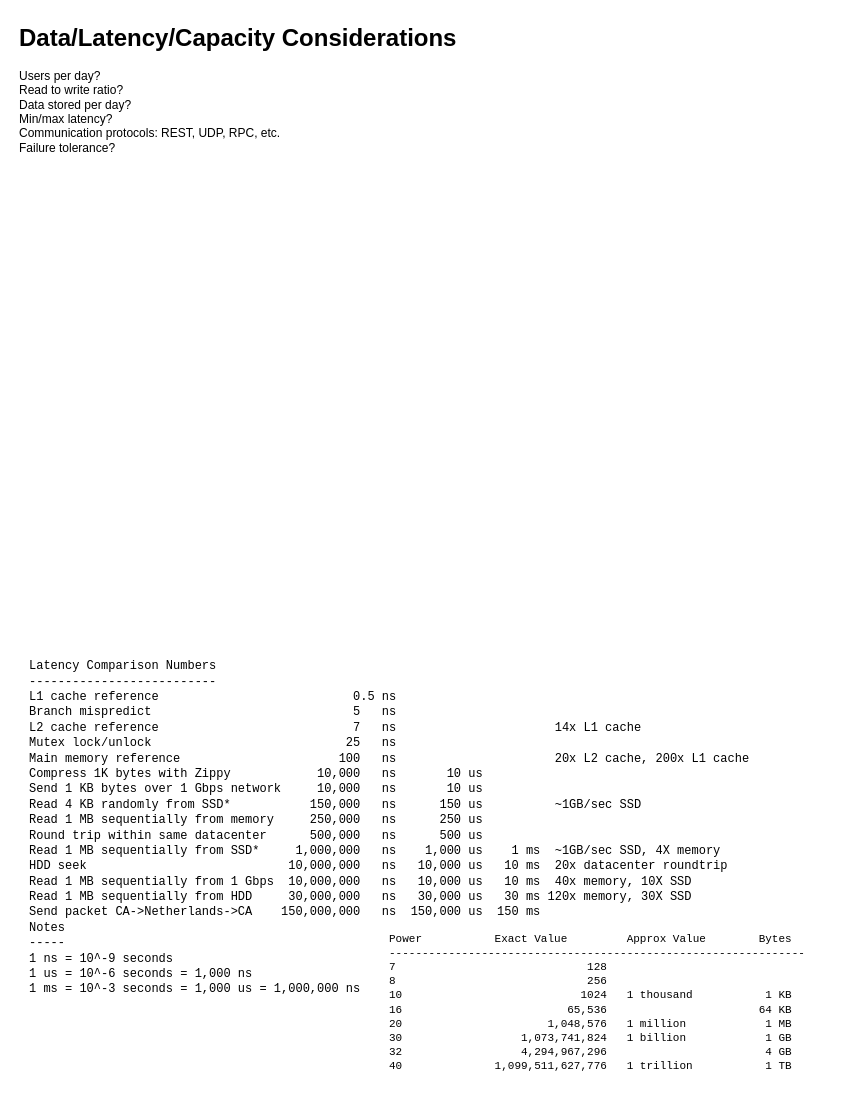
This is page "Estimates" (4 of 7) of System Design Template.drawio from AdamGMiller/system-design, a draw.io file, before an edit. Source tidied: cells renumbered, new cells numbered last; positions are measured from the earlier drawing's top-left corner, leaving out a move shared by most shapes. Both pictures are drawn from the tidied source at 100%, with x=0, y=0 at pixel (17, 17).
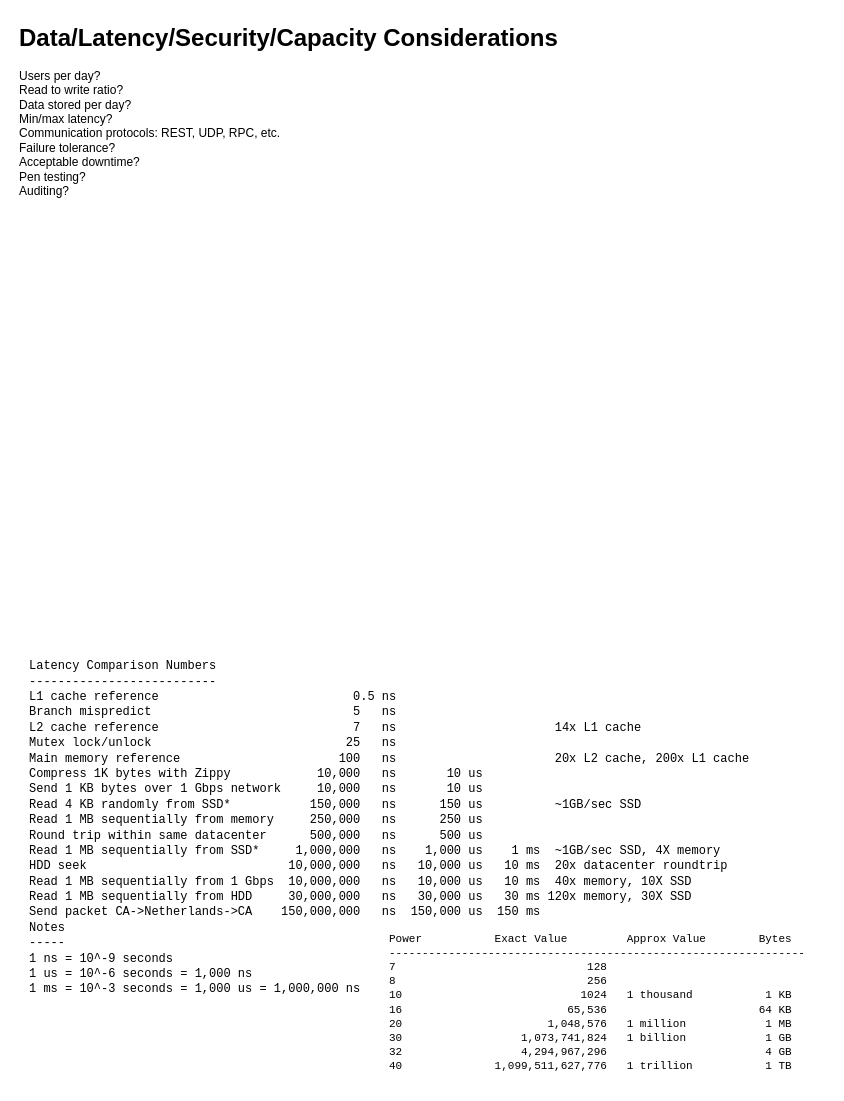
Above is the later version.

Change to the diagram source:
```diff
@@
 <mxGraphModel>
   <root>
     <mxCell id="0" />
     <mxCell id="1" parent="0" />
     <mxCell id="2" value="&lt;p style=&quot;font-size: 11px;&quot;&gt;&lt;font face=&quot;Courier New&quot;&gt;&lt;font style=&quot;font-size: 11px;&quot;&gt;Power&amp;nbsp; &amp;nbsp; &amp;nbsp; &amp;nbsp; &amp;nbsp; &amp;nbsp;Exact Value&amp;nbsp; &amp;nbsp; &amp;nbsp; &amp;nbsp; &amp;nbsp;Approx Value&amp;nbsp; &amp;nbsp; &amp;nbsp; &amp;nbsp; Bytes&lt;br&gt;&lt;/font&gt;&lt;font style=&quot;font-size: 11px;&quot;&gt;---------------------------------------------------------------&lt;br&gt;&lt;/font&gt;&lt;font style=&quot;font-size: 11px;&quot;&gt;7&amp;nbsp; &amp;nbsp; &amp;nbsp; &amp;nbsp; &amp;nbsp; &amp;nbsp; &amp;nbsp; &amp;nbsp; &amp;nbsp; &amp;nbsp; &amp;nbsp; &amp;nbsp; &amp;nbsp; &amp;nbsp; &amp;nbsp;128&lt;br&gt;&lt;/font&gt;&lt;font style=&quot;font-size: 11px;&quot;&gt;8&amp;nbsp; &amp;nbsp; &amp;nbsp; &amp;nbsp; &amp;nbsp; &amp;nbsp; &amp;nbsp; &amp;nbsp; &amp;nbsp; &amp;nbsp; &amp;nbsp; &amp;nbsp; &amp;nbsp; &amp;nbsp; &amp;nbsp;256&lt;br&gt;&lt;/font&gt;&lt;font style=&quot;font-size: 11px;&quot;&gt;10&amp;nbsp; &amp;nbsp; &amp;nbsp; &amp;nbsp; &amp;nbsp; &amp;nbsp; &amp;nbsp; &amp;nbsp; &amp;nbsp; &amp;nbsp; &amp;nbsp; &amp;nbsp; &amp;nbsp; &amp;nbsp;1024&amp;nbsp; &amp;nbsp;1 thousand&amp;nbsp; &amp;nbsp; &amp;nbsp; &amp;nbsp; &amp;nbsp; &amp;nbsp;1 KB&lt;br&gt;&lt;/font&gt;&lt;font style=&quot;font-size: 11px;&quot;&gt;16&amp;nbsp; &amp;nbsp; &amp;nbsp; &amp;nbsp; &amp;nbsp; &amp;nbsp; &amp;nbsp; &amp;nbsp; &amp;nbsp; &amp;nbsp; &amp;nbsp; &amp;nbsp; &amp;nbsp;65,536&amp;nbsp; &amp;nbsp; &amp;nbsp; &amp;nbsp; &amp;nbsp; &amp;nbsp; &amp;nbsp; &amp;nbsp; &amp;nbsp; &amp;nbsp; &amp;nbsp; &amp;nbsp;64 KB&lt;br&gt;&lt;/font&gt;&lt;font style=&quot;font-size: 11px;&quot;&gt;20&amp;nbsp; &amp;nbsp; &amp;nbsp; &amp;nbsp; &amp;nbsp; &amp;nbsp; &amp;nbsp; &amp;nbsp; &amp;nbsp; &amp;nbsp; &amp;nbsp; 1,048,576&amp;nbsp; &amp;nbsp;1 million&amp;nbsp; &amp;nbsp; &amp;nbsp; &amp;nbsp; &amp;nbsp; &amp;nbsp; 1 MB&lt;br&gt;&lt;/font&gt;&lt;font style=&quot;font-size: 11px;&quot;&gt;30&amp;nbsp; &amp;nbsp; &amp;nbsp; &amp;nbsp; &amp;nbsp; &amp;nbsp; &amp;nbsp; &amp;nbsp; &amp;nbsp; 1,073,741,824&amp;nbsp; &amp;nbsp;1 billion&amp;nbsp; &amp;nbsp; &amp;nbsp; &amp;nbsp; &amp;nbsp; &amp;nbsp; 1 GB&lt;br&gt;&lt;/font&gt;&lt;font style=&quot;font-size: 11px;&quot;&gt;32&amp;nbsp; &amp;nbsp; &amp;nbsp; &amp;nbsp; &amp;nbsp; &amp;nbsp; &amp;nbsp; &amp;nbsp; &amp;nbsp; 4,294,967,296&amp;nbsp; &amp;nbsp; &amp;nbsp; &amp;nbsp; &amp;nbsp; &amp;nbsp; &amp;nbsp; &amp;nbsp; &amp;nbsp; &amp;nbsp; &amp;nbsp; &amp;nbsp; 4 GB&lt;br&gt;&lt;/font&gt;&lt;font style=&quot;font-size: 11px;&quot;&gt;40&amp;nbsp; &amp;nbsp; &amp;nbsp; &amp;nbsp; &amp;nbsp; &amp;nbsp; &amp;nbsp; 1,099,511,627,776&amp;nbsp; &amp;nbsp;1 trillion&amp;nbsp; &amp;nbsp; &amp;nbsp; &amp;nbsp; &amp;nbsp; &amp;nbsp;1 TB&lt;/font&gt;&lt;/font&gt;&lt;/p&gt;" style="text;html=1;align=left;verticalAlign=middle;whiteSpace=wrap;rounded=0;" parent="1" vertex="1">
       <mxGeometry x="370" y="910" width="440" height="150" as="geometry" />
     </mxCell>
     <mxCell id="3" value="&lt;p&gt;&lt;font face=&quot;Courier New&quot;&gt;Latency Comparison Numbers&lt;br&gt;--------------------------&lt;br&gt;L1 cache reference&amp;nbsp; &amp;nbsp; &amp;nbsp; &amp;nbsp; &amp;nbsp; &amp;nbsp; &amp;nbsp; &amp;nbsp; &amp;nbsp; &amp;nbsp; &amp;nbsp; &amp;nbsp; &amp;nbsp; &amp;nbsp;0.5 ns&lt;br&gt;Branch mispredict&amp;nbsp; &amp;nbsp; &amp;nbsp; &amp;nbsp; &amp;nbsp; &amp;nbsp; &amp;nbsp; &amp;nbsp; &amp;nbsp; &amp;nbsp; &amp;nbsp; &amp;nbsp; &amp;nbsp; &amp;nbsp; 5&amp;nbsp; &amp;nbsp;ns&lt;br&gt;L2 cache reference&amp;nbsp; &amp;nbsp; &amp;nbsp; &amp;nbsp; &amp;nbsp; &amp;nbsp; &amp;nbsp; &amp;nbsp; &amp;nbsp; &amp;nbsp; &amp;nbsp; &amp;nbsp; &amp;nbsp; &amp;nbsp;7&amp;nbsp; &amp;nbsp;ns&amp;nbsp; &amp;nbsp; &amp;nbsp; &amp;nbsp; &amp;nbsp; &amp;nbsp; &amp;nbsp; &amp;nbsp; &amp;nbsp; &amp;nbsp; &amp;nbsp; 14x L1 cache&lt;br&gt;Mutex lock/unlock&amp;nbsp; &amp;nbsp; &amp;nbsp; &amp;nbsp; &amp;nbsp; &amp;nbsp; &amp;nbsp; &amp;nbsp; &amp;nbsp; &amp;nbsp; &amp;nbsp; &amp;nbsp; &amp;nbsp; &amp;nbsp;25&amp;nbsp; &amp;nbsp;ns&lt;br&gt;Main memory reference&amp;nbsp; &amp;nbsp; &amp;nbsp; &amp;nbsp; &amp;nbsp; &amp;nbsp; &amp;nbsp; &amp;nbsp; &amp;nbsp; &amp;nbsp; &amp;nbsp; 100&amp;nbsp; &amp;nbsp;ns&amp;nbsp; &amp;nbsp; &amp;nbsp; &amp;nbsp; &amp;nbsp; &amp;nbsp; &amp;nbsp; &amp;nbsp; &amp;nbsp; &amp;nbsp; &amp;nbsp; 20x L2 cache, 200x L1 cache&lt;br&gt;Compress 1K bytes with Zippy&amp;nbsp; &amp;nbsp; &amp;nbsp; &amp;nbsp; &amp;nbsp; &amp;nbsp; 10,000&amp;nbsp; &amp;nbsp;ns&amp;nbsp; &amp;nbsp; &amp;nbsp; &amp;nbsp;10 us&lt;br&gt;Send 1 KB bytes over 1 Gbps network&amp;nbsp; &amp;nbsp; &amp;nbsp;10,000&amp;nbsp; &amp;nbsp;ns&amp;nbsp; &amp;nbsp; &amp;nbsp; &amp;nbsp;10 us&lt;br&gt;Read 4 KB randomly from SSD*&amp;nbsp; &amp;nbsp; &amp;nbsp; &amp;nbsp; &amp;nbsp; &amp;nbsp;150,000&amp;nbsp; &amp;nbsp;ns&amp;nbsp; &amp;nbsp; &amp;nbsp; 150 us&amp;nbsp; &amp;nbsp; &amp;nbsp; &amp;nbsp; &amp;nbsp; ~1GB/sec SSD&lt;br&gt;Read 1 MB sequentially from memory&amp;nbsp; &amp;nbsp; &amp;nbsp;250,000&amp;nbsp; &amp;nbsp;ns&amp;nbsp; &amp;nbsp; &amp;nbsp; 250 us&lt;br&gt;Round trip within same datacenter&amp;nbsp; &amp;nbsp; &amp;nbsp; 500,000&amp;nbsp; &amp;nbsp;ns&amp;nbsp; &amp;nbsp; &amp;nbsp; 500 us&lt;br&gt;Read 1 MB sequentially from SSD*&amp;nbsp; &amp;nbsp; &amp;nbsp;1,000,000&amp;nbsp; &amp;nbsp;ns&amp;nbsp; &amp;nbsp; 1,000 us&amp;nbsp; &amp;nbsp; 1 ms&amp;nbsp; ~1GB/sec SSD, 4X memory&lt;br&gt;HDD seek&amp;nbsp; &amp;nbsp; &amp;nbsp; &amp;nbsp; &amp;nbsp; &amp;nbsp; &amp;nbsp; &amp;nbsp; &amp;nbsp; &amp;nbsp; &amp;nbsp; &amp;nbsp; &amp;nbsp; &amp;nbsp; 10,000,000&amp;nbsp; &amp;nbsp;ns&amp;nbsp; &amp;nbsp;10,000 us&amp;nbsp; &amp;nbsp;10 ms&amp;nbsp; 20x datacenter roundtrip&lt;br&gt;Read 1 MB sequentially from 1 Gbps&amp;nbsp; 10,000,000&amp;nbsp; &amp;nbsp;ns&amp;nbsp; &amp;nbsp;10,000 us&amp;nbsp; &amp;nbsp;10 ms&amp;nbsp; 40x memory, 10X SSD&lt;br&gt;Read 1 MB sequentially from HDD&amp;nbsp; &amp;nbsp; &amp;nbsp;30,000,000&amp;nbsp; &amp;nbsp;ns&amp;nbsp; &amp;nbsp;30,000 us&amp;nbsp; &amp;nbsp;30 ms 120x memory, 30X SSD&lt;br&gt;Send packet CA-&amp;gt;Netherlands-&amp;gt;CA&amp;nbsp; &amp;nbsp; 150,000,000&amp;nbsp; &amp;nbsp;ns&amp;nbsp; 150,000 us&amp;nbsp; 150 ms&lt;br&gt;Notes&lt;br&gt;-----&lt;br&gt;1 ns = 10^-9 seconds&lt;br&gt;1 us = 10^-6 seconds = 1,000 ns&lt;br&gt;1 ms = 10^-3 seconds = 1,000 us = 1,000,000 ns&lt;/font&gt;&lt;/p&gt;" style="text;html=1;align=left;verticalAlign=middle;whiteSpace=wrap;rounded=0;" parent="1" vertex="1">
       <mxGeometry x="10" y="620" width="750" height="380" as="geometry" />
     </mxCell>
-    <mxCell id="4" value="&lt;h1 style=&quot;margin-top: 0px;&quot;&gt;Data/Latency/Capacity Considerations&lt;/h1&gt;&lt;p&gt;Users per day?&lt;br&gt;Read to write ratio?&lt;br&gt;Data stored per day?&lt;br&gt;Min/max latency?&lt;br&gt;Communication protocols: REST, UDP, RPC, etc.&lt;br&gt;Failure tolerance?&lt;/p&gt;" style="text;html=1;whiteSpace=wrap;overflow=hidden;rounded=0;" parent="1" vertex="1">
-      <mxGeometry width="810" height="150" as="geometry" />
+    <mxCell id="4" value="&lt;h1 style=&quot;margin-top: 0px;&quot;&gt;Data/Latency/Security/Capacity Considerations&lt;/h1&gt;&lt;p&gt;Users per day?&lt;br&gt;Read to write ratio?&lt;br&gt;Data stored per day?&lt;br&gt;Min/max latency?&lt;br&gt;Communication protocols: REST, UDP, RPC, etc.&lt;br&gt;Failure tolerance?&lt;br&gt;&lt;span style=&quot;background-color: initial;&quot;&gt;Acceptable downtime?&lt;br&gt;Pen testing?&lt;br&gt;Auditing?&lt;/span&gt;&lt;/p&gt;&lt;p&gt;&lt;br&gt;&lt;/p&gt;" style="text;html=1;whiteSpace=wrap;overflow=hidden;rounded=0;" parent="1" vertex="1">
+      <mxGeometry width="810" height="250" as="geometry" />
     </mxCell>
   </root>
 </mxGraphModel>
```
